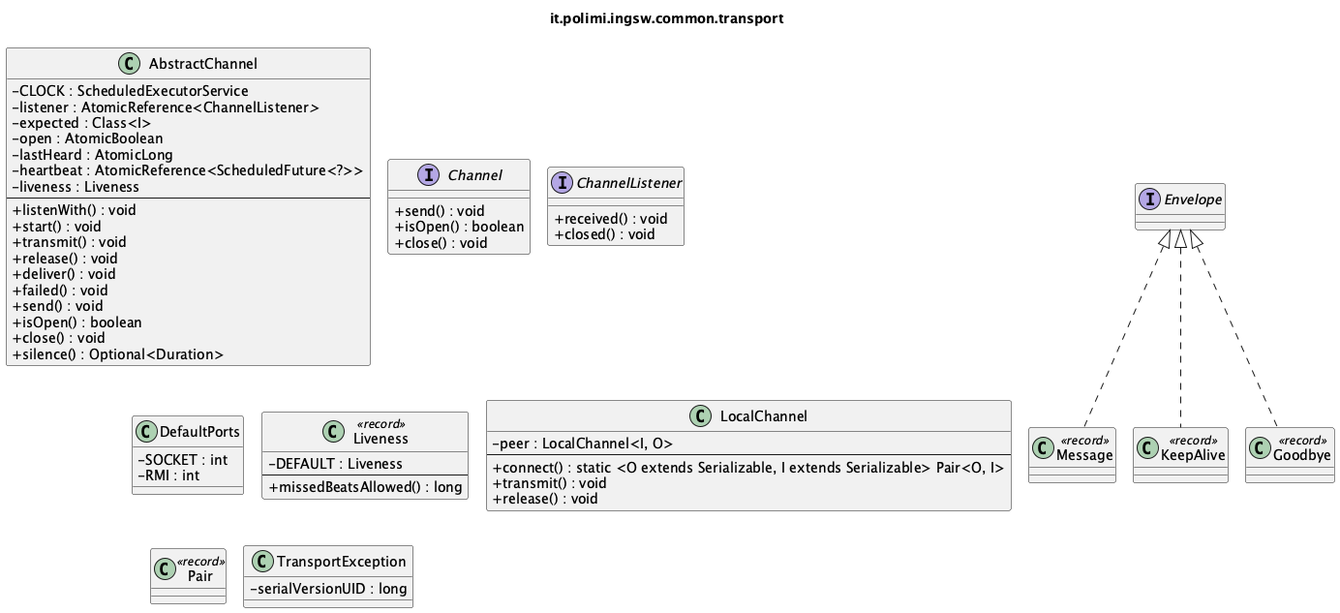
This is docs/uml/detailed/it_polimi_ingsw_common_transport.png from samuelesegrini/ing-sw-2025-segrini-terribile-varricchio-zanca, a PlantUML export, as it was before one commit. Its diagram source:
```plantuml
@startuml it_polimi_ingsw_common_transport
!pragma layout smetana
skinparam shadowing false
skinparam classAttributeIconSize 0
title it.polimi.ingsw.common.transport

class AbstractChannel {
  -CLOCK : ScheduledExecutorService
  -listener : AtomicReference<ChannelListener<I>>
  -expected : Class<I>
  -open : AtomicBoolean
  -lastHeard : AtomicLong
  -heartbeat : AtomicReference<ScheduledFuture<?>>
  -liveness : Liveness
  --
  +listenWith() : void
  +start() : void
  +transmit() : void
  +release() : void
  +deliver() : void
  +failed() : void
  +send() : void
  +isOpen() : boolean
  +close() : void
  +silence() : Optional<Duration>
}
interface Channel {
  +send() : void
  +isOpen() : boolean
  +close() : void
}
interface ChannelListener {
  +received() : void
  +closed() : void
}
class DefaultPorts {
  -SOCKET : int
  -RMI : int
}
interface Envelope {
}
class Message <<record>> {
}
class KeepAlive <<record>> {
}
class Goodbye <<record>> {
}
class Liveness <<record>> {
  -DEFAULT : Liveness
  --
  +missedBeatsAllowed() : long
}
class LocalChannel {
  -peer : LocalChannel<I, O>
  --
  +connect() : static <O extends Serializable, I extends Serializable> Pair<O, I>
  +transmit() : void
  +release() : void
}
class Pair <<record>> {
}
class TransportException {
  -serialVersionUID : long
}

Envelope <|.. Message
Envelope <|.. KeepAlive
Envelope <|.. Goodbye
@enduml
```
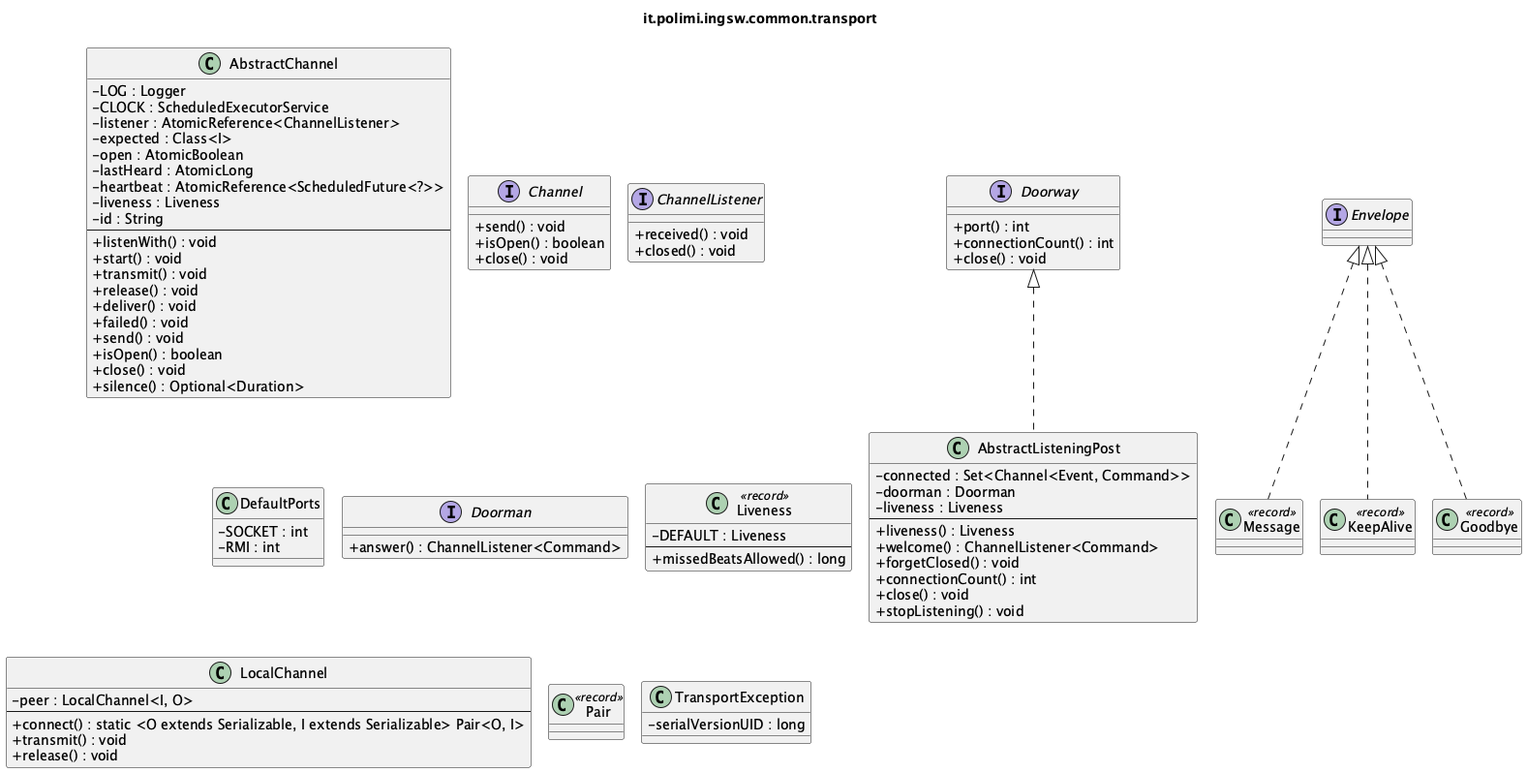
The same file after the commit.

What changed in the source:
```diff
@@ -5,6 +5,7 @@
 title it.polimi.ingsw.common.transport
 
 class AbstractChannel {
+  -LOG : Logger
   -CLOCK : ScheduledExecutorService
   -listener : AtomicReference<ChannelListener<I>>
   -expected : Class<I>
@@ -12,6 +13,7 @@
   -lastHeard : AtomicLong
   -heartbeat : AtomicReference<ScheduledFuture<?>>
   -liveness : Liveness
+  -id : String
   --
   +listenWith() : void
   +start() : void
@@ -23,6 +25,18 @@
   +isOpen() : boolean
   +close() : void
   +silence() : Optional<Duration>
+}
+class AbstractListeningPost {
+  -connected : Set<Channel<Event, Command>>
+  -doorman : Doorman
+  -liveness : Liveness
+  --
+  +liveness() : Liveness
+  +welcome() : ChannelListener<Command>
+  +forgetClosed() : void
+  +connectionCount() : int
+  +close() : void
+  +stopListening() : void
 }
 interface Channel {
   +send() : void
@@ -36,6 +50,14 @@
 class DefaultPorts {
   -SOCKET : int
   -RMI : int
+}
+interface Doorman {
+  +answer() : ChannelListener<Command>
+}
+interface Doorway {
+  +port() : int
+  +connectionCount() : int
+  +close() : void
 }
 interface Envelope {
 }
@@ -63,6 +85,7 @@
   -serialVersionUID : long
 }
 
+Doorway <|.. AbstractListeningPost
 Envelope <|.. Message
 Envelope <|.. KeepAlive
 Envelope <|.. Goodbye
```
